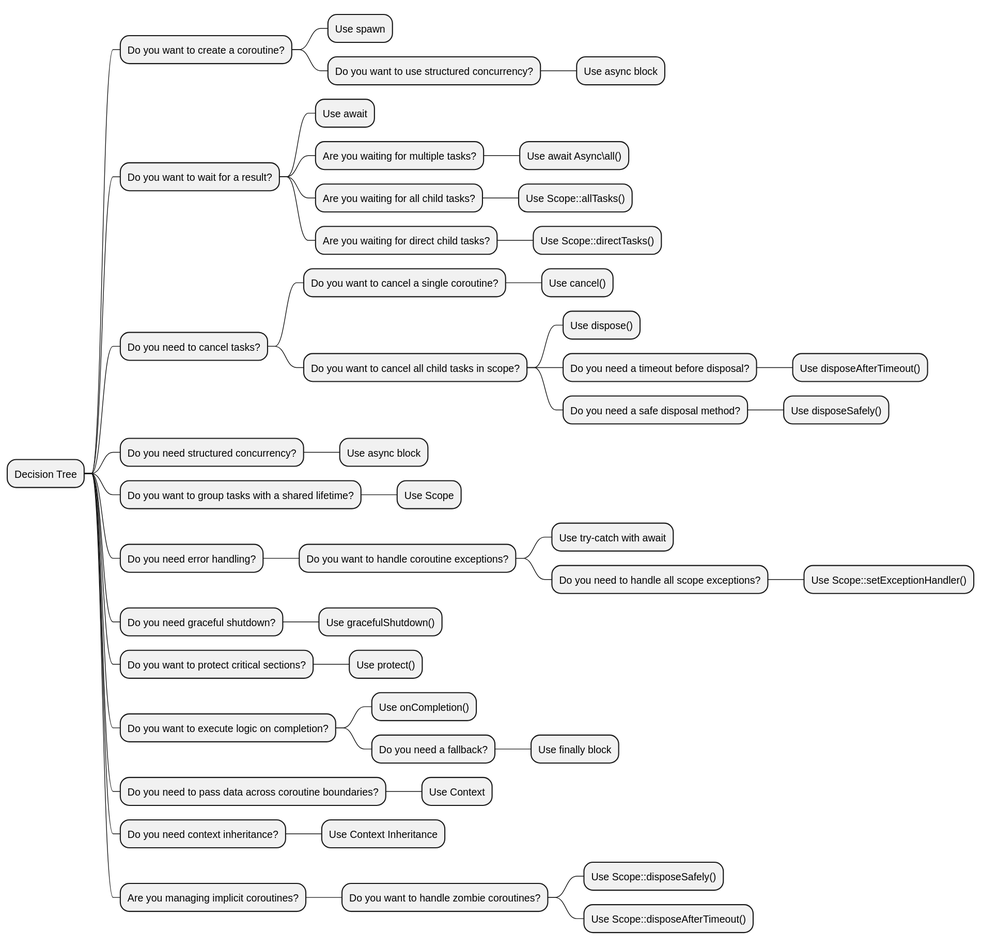
This is diagrams/decision-tree.svg from true-async/php-true-async-rfc, a PlantUML export, as it was before one commit. Source of this version:
```plantuml
@startmindmap
* Decision Tree
** Do you want to create a coroutine?
*** Use spawn
*** Do you want to use structured concurrency?
**** Use async block
** Do you want to wait for a result?
*** Use await
*** Are you waiting for multiple tasks?
**** Use await Async\all()
*** Are you waiting for all child tasks?
**** Use Scope::allTasks()
*** Are you waiting for direct child tasks?
**** Use Scope::directTasks()
** Do you need to cancel tasks?
*** Do you want to cancel a single coroutine?
**** Use cancel()
*** Do you want to cancel all child tasks in scope?
**** Use dispose()
**** Do you need a timeout before disposal?
***** Use disposeAfterTimeout()
**** Do you need a safe disposal method?
***** Use disposeSafely()
** Do you need structured concurrency?
*** Use async block
** Do you want to group tasks with a shared lifetime?
*** Use Scope
** Do you need error handling?
*** Do you want to handle coroutine exceptions?
**** Use try-catch with await
**** Do you need to handle all scope exceptions?
***** Use Scope::setExceptionHandler()
** Do you need graceful shutdown?
*** Use gracefulShutdown()
** Do you want to protect critical sections?
*** Use protect()
** Do you want to execute logic on completion?
*** Use onCompletion()
*** Do you need a fallback?
**** Use finally block
** Do you need to pass data across coroutine boundaries?
*** Use Context
** Do you need context inheritance?
*** Use Context Inheritance
** Are you managing implicit coroutines?
*** Do you want to handle zombie coroutines?
**** Use Scope::disposeSafely()
**** Use Scope::disposeAfterTimeout()
@endmindmap
```
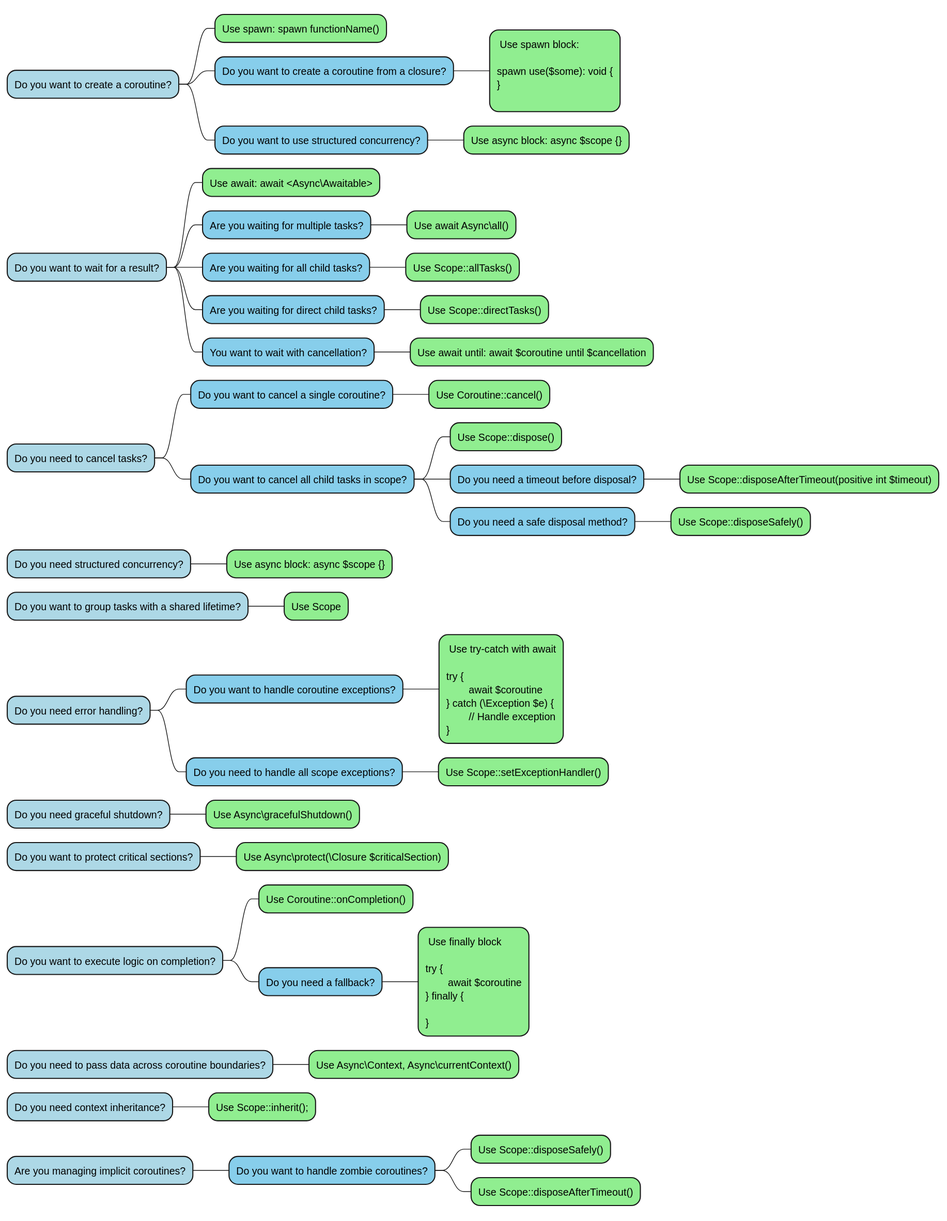
Later version of the same file.

Commit message:
Update mind-map and decision-tree diagrams: enhance coroutine and structured concurrency visuals

What changed in the source:
```diff
@@ -1,49 +1,68 @@
 @startmindmap
-* Decision Tree
-** Do you want to create a coroutine?
-*** Use spawn
-*** Do you want to use structured concurrency?
-**** Use async block
-** Do you want to wait for a result?
-*** Use await
-*** Are you waiting for multiple tasks?
-**** Use await Async\all()
-*** Are you waiting for all child tasks?
-**** Use Scope::allTasks()
-*** Are you waiting for direct child tasks?
-**** Use Scope::directTasks()
-** Do you need to cancel tasks?
-*** Do you want to cancel a single coroutine?
-**** Use cancel()
-*** Do you want to cancel all child tasks in scope?
-**** Use dispose()
-**** Do you need a timeout before disposal?
-***** Use disposeAfterTimeout()
-**** Do you need a safe disposal method?
-***** Use disposeSafely()
-** Do you need structured concurrency?
-*** Use async block
-** Do you want to group tasks with a shared lifetime?
-*** Use Scope
-** Do you need error handling?
-*** Do you want to handle coroutine exceptions?
-**** Use try-catch with await
-**** Do you need to handle all scope exceptions?
-***** Use Scope::setExceptionHandler()
-** Do you need graceful shutdown?
-*** Use gracefulShutdown()
-** Do you want to protect critical sections?
-*** Use protect()
-** Do you want to execute logic on completion?
-*** Use onCompletion()
-*** Do you need a fallback?
-**** Use finally block
-** Do you need to pass data across coroutine boundaries?
-*** Use Context
-** Do you need context inheritance?
-*** Use Context Inheritance
-** Are you managing implicit coroutines?
-*** Do you want to handle zombie coroutines?
-**** Use Scope::disposeSafely()
-**** Use Scope::disposeAfterTimeout()
+*[#lightblue] Do you want to create a coroutine?
+**[#lightgreen] Use spawn: spawn functionName()
+**[#87CEEB] Do you want to create a coroutine from a closure?
+***[#lightgreen]: Use spawn block:
+
+spawn use($some): void {
+}
+;
+**[#87CEEB] Do you want to use structured concurrency?
+***[#lightgreen] Use async block: async $scope {}
+*[#lightblue] Do you want to wait for a result?
+**[#lightgreen] Use await: await <Async\Awaitable>
+**[#87CEEB] Are you waiting for multiple tasks?
+***[#lightgreen] Use await Async\all()
+**[#87CEEB] Are you waiting for all child tasks?
+***[#lightgreen] Use Scope::allTasks()
+**[#87CEEB] Are you waiting for direct child tasks?
+***[#lightgreen] Use Scope::directTasks()
+**[#87CEEB] You want to wait with cancellation?
+***[#lightgreen] Use await until: await $coroutine until $cancellation
+*[#lightblue] Do you need to cancel tasks?
+**[#87CEEB] Do you want to cancel a single coroutine?
+***[#lightgreen] Use Coroutine::cancel()
+**[#87CEEB] Do you want to cancel all child tasks in scope?
+***[#lightgreen] Use Scope::dispose()
+***[#87CEEB] Do you need a timeout before disposal?
+****[#lightgreen] Use Scope::disposeAfterTimeout(positive int $timeout)
+***[#87CEEB] Do you need a safe disposal method?
+****[#lightgreen] Use Scope::disposeSafely()
+*[#lightblue] Do you need structured concurrency?
+**[#lightgreen] Use async block: async $scope {}
+*[#lightblue] Do you want to group tasks with a shared lifetime?
+**[#lightgreen] Use Scope
+*[#lightblue] Do you need error handling?
+**[#87CEEB] Do you want to handle coroutine exceptions?
+***[#lightgreen]: Use try-catch with await
+
+try {
+	await $coroutine
+} catch (\Exception $e) {
+	// Handle exception
+};
+**[#87CEEB] Do you need to handle all scope exceptions?
+***[#lightgreen] Use Scope::setExceptionHandler()
+*[#lightblue] Do you need graceful shutdown?
+**[#lightgreen] Use Async\gracefulShutdown()
+*[#lightblue] Do you want to protect critical sections?
+**[#lightgreen] Use Async\protect(\Closure $criticalSection)
+*[#lightblue] Do you want to execute logic on completion?
+**[#lightgreen] Use Coroutine::onCompletion()
+**[#87CEEB] Do you need a fallback?
+***[#lightgreen]: Use finally block
+
+try {
+	await $coroutine
+} finally {
+
+};
+*[#lightblue] Do you need to pass data across coroutine boundaries?
+**[#lightgreen] Use Async\Context, Async\currentContext()
+*[#lightblue] Do you need context inheritance?
+**[#lightgreen] Use Scope::inherit();
+*[#lightblue] Are you managing implicit coroutines?
+**[#87CEEB] Do you want to handle zombie coroutines?
+***[#lightgreen] Use Scope::disposeSafely()
+***[#lightgreen] Use Scope::disposeAfterTimeout()
 @endmindmap
```
